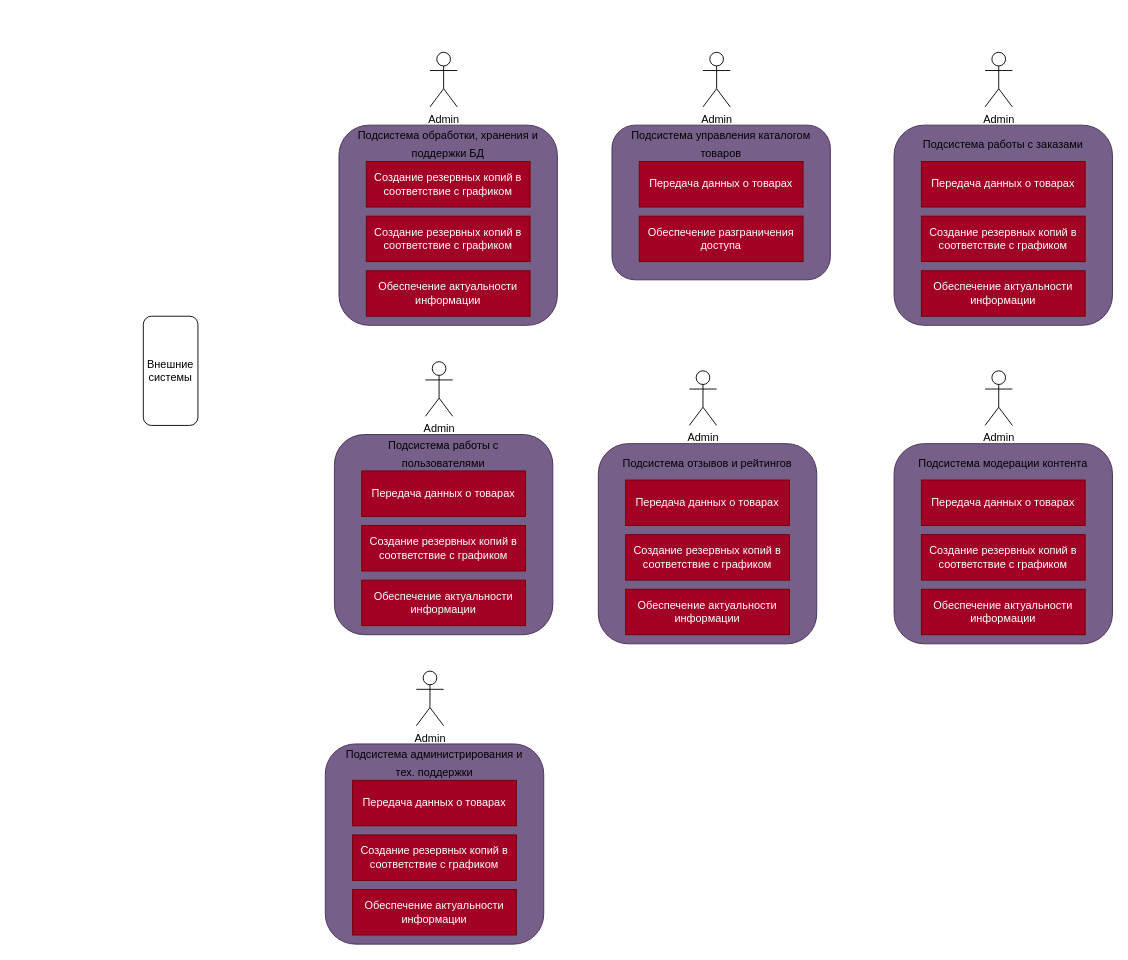
mopsin666/AKMS keeps this draw.io diagram as ПИС_3.drawio. Above is the earlier version. Source tidied: cells renumbered, new cells numbered last; positions are measured from the earlier drawing's top-left corner, leaving out a move shared by most shapes. Both pictures are drawn from the tidied source at 91%, with x=0, y=0 at pixel (143, 52).
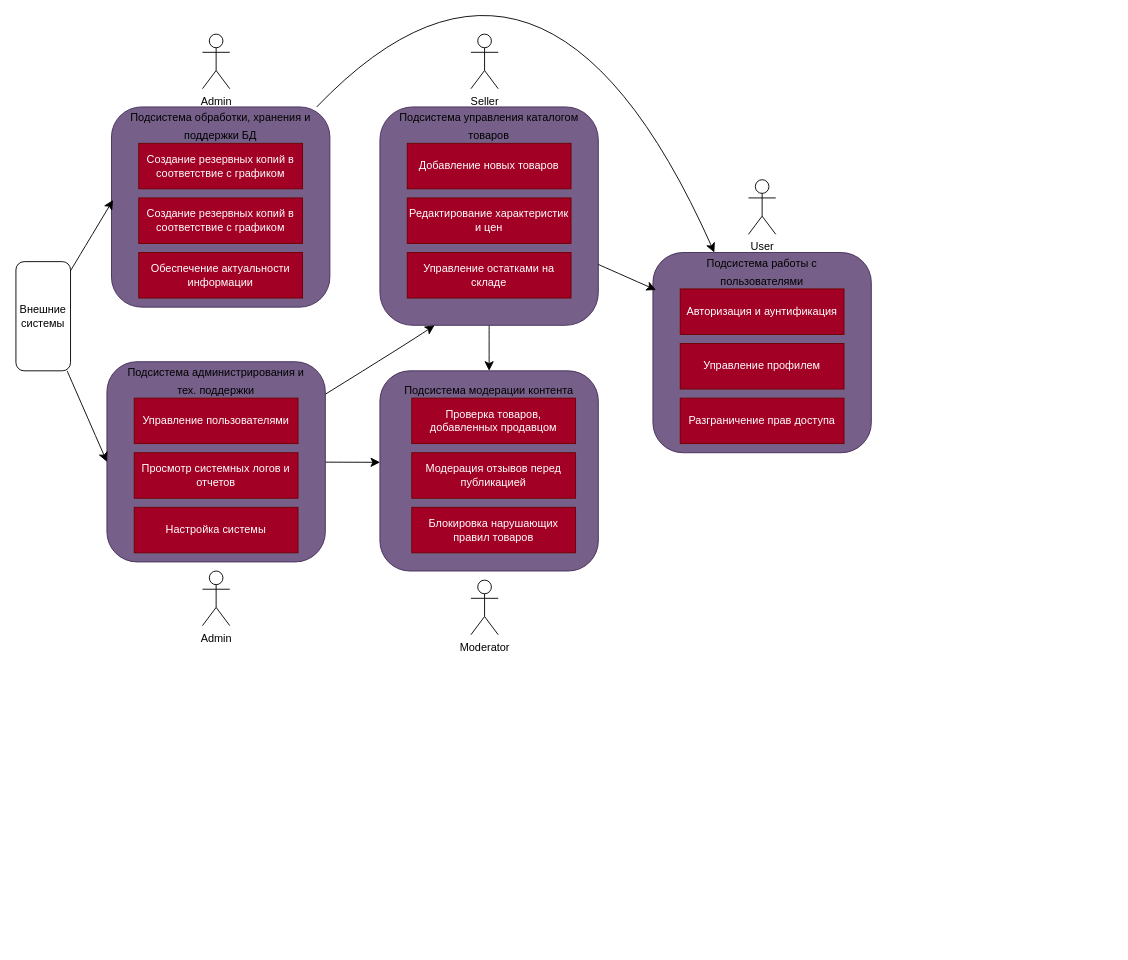
The same diagram, later.

Change to the diagram source:
```diff
@@
+    <mxCell id="44" style="edgeStyle=none;curved=1;rounded=0;jettySize=auto;html=1;entryX=0.25;entryY=0;entryDx=0;entryDy=0;fontSize=12;startSize=8;endSize=8;" parent="1" edge="1" source="2" target="21">
+      <mxGeometry relative="1" as="geometry">
+        <Array as="points">
+          <mxPoint x="440" y="-200" />
+        </Array>
+      </mxGeometry>
+    </mxCell>
     <mxCell id="2" style="rounded=1;whiteSpace=wrap;html=1;fillColor=#76608a;fontColor=#ffffff;strokeColor=#432D57;" parent="1" vertex="1">
-      <mxGeometry x="215" y="80" width="240" height="220" as="geometry" />
+      <mxGeometry x="-35" y="60" width="240" height="220" as="geometry" />
     </mxCell>
     <mxCell id="3" value="Admin" style="shape=umlActor;verticalLabelPosition=bottom;verticalAlign=top;html=1;" parent="1" vertex="1">
-      <mxGeometry x="315" width="30" height="60" as="geometry" />
+      <mxGeometry x="65" y="-20" width="30" height="60" as="geometry" />
     </mxCell>
     <mxCell id="4" value="&lt;font style=&quot;font-size: 12px;&quot;&gt;Подсистема обработки, хранения и поддержки БД&lt;/font&gt;" style="text;html=1;whiteSpace=wrap;strokeColor=none;fillColor=none;align=center;verticalAlign=middle;rounded=0;fontSize=16;" parent="1" vertex="1">
-      <mxGeometry x="230" y="80" width="210" height="40" as="geometry" />
+      <mxGeometry x="-20" y="60" width="210" height="40" as="geometry" />
     </mxCell>
     <mxCell id="5" value="Создание резервных копий в соответствие с графиком" style="rounded=0;whiteSpace=wrap;html=1;fillColor=#a20025;fontColor=#ffffff;strokeColor=#6F0000;" parent="1" vertex="1">
-      <mxGeometry x="245" y="120" width="180" height="50" as="geometry" />
+      <mxGeometry x="-5" y="100" width="180" height="50" as="geometry" />
     </mxCell>
     <mxCell id="6" value="Создание резервных копий в соответствие с графиком" style="rounded=0;whiteSpace=wrap;html=1;fillColor=#a20025;fontColor=#ffffff;strokeColor=#6F0000;" parent="1" vertex="1">
-      <mxGeometry x="245" y="180" width="180" height="50" as="geometry" />
+      <mxGeometry x="-5" y="160" width="180" height="50" as="geometry" />
     </mxCell>
     <mxCell id="7" value="Обеспечение актуальности информации" style="rounded=0;whiteSpace=wrap;html=1;fillColor=#a20025;fontColor=#ffffff;strokeColor=#6F0000;" parent="1" vertex="1">
-      <mxGeometry x="245" y="240" width="180" height="50" as="geometry" />
+      <mxGeometry x="-5" y="220" width="180" height="50" as="geometry" />
     </mxCell>
+    <mxCell id="45" style="edgeStyle=none;curved=1;rounded=0;jettySize=auto;html=1;entryX=0.5;entryY=0;entryDx=0;entryDy=0;fontSize=12;startSize=8;endSize=8;" parent="1" edge="1" source="8" target="33">
+      <mxGeometry relative="1" as="geometry" />
+    </mxCell>
     <mxCell id="8" style="rounded=1;whiteSpace=wrap;html=1;fillColor=#76608a;fontColor=#ffffff;strokeColor=#432D57;" parent="1" vertex="1">
-      <mxGeometry x="515" y="80" width="240" height="170" as="geometry" />
+      <mxGeometry x="260" y="60" width="240" height="240" as="geometry" />
     </mxCell>
-    <mxCell id="9" value="Admin" style="shape=umlActor;verticalLabelPosition=bottom;verticalAlign=top;html=1;" parent="1" vertex="1">
-      <mxGeometry x="615" width="30" height="60" as="geometry" />
+    <mxCell id="9" value="Seller" style="shape=umlActor;verticalLabelPosition=bottom;verticalAlign=top;html=1;" parent="1" vertex="1">
+      <mxGeometry x="360" y="-20" width="30" height="60" as="geometry" />
     </mxCell>
     <mxCell id="10" value="&lt;font style=&quot;font-size: 12px;&quot;&gt;Подсистема управления каталогом товаров&lt;/font&gt;" style="text;html=1;whiteSpace=wrap;strokeColor=none;fillColor=none;align=center;verticalAlign=middle;rounded=0;fontSize=16;" parent="1" vertex="1">
-      <mxGeometry x="530" y="80" width="210" height="40" as="geometry" />
+      <mxGeometry x="275" y="60" width="210" height="40" as="geometry" />
     </mxCell>
-    <mxCell id="11" value="Передача данных о товарах" style="rounded=0;whiteSpace=wrap;html=1;fillColor=#a20025;fontColor=#ffffff;strokeColor=#6F0000;" parent="1" vertex="1">
-      <mxGeometry x="545" y="120" width="180" height="50" as="geometry" />
+    <mxCell id="11" value="Добавление новых товаров" style="rounded=0;whiteSpace=wrap;html=1;fillColor=#a20025;fontColor=#ffffff;strokeColor=#6F0000;" parent="1" vertex="1">
+      <mxGeometry x="290" y="100" width="180" height="50" as="geometry" />
     </mxCell>
-    <mxCell id="12" value="Обеспечение разграничения доступа" style="rounded=0;whiteSpace=wrap;html=1;fillColor=#a20025;fontColor=#ffffff;strokeColor=#6F0000;" parent="1" vertex="1">
-      <mxGeometry x="545" y="180" width="180" height="50" as="geometry" />
-    </mxCell>
-    <mxCell id="13" style="rounded=1;whiteSpace=wrap;html=1;fillColor=#76608a;fontColor=#ffffff;strokeColor=#432D57;" parent="1" vertex="1">
-      <mxGeometry x="825" y="80" width="240" height="220" as="geometry" />
-    </mxCell>
-    <mxCell id="14" value="Admin" style="shape=umlActor;verticalLabelPosition=bottom;verticalAlign=top;html=1;" parent="1" vertex="1">
-      <mxGeometry x="925" width="30" height="60" as="geometry" />
-    </mxCell>
-    <mxCell id="15" value="&lt;font style=&quot;font-size: 12px;&quot;&gt;Подсистема работы с заказами&lt;/font&gt;" style="text;html=1;whiteSpace=wrap;strokeColor=none;fillColor=none;align=center;verticalAlign=middle;rounded=0;fontSize=16;" parent="1" vertex="1">
-      <mxGeometry x="840" y="80" width="210" height="40" as="geometry" />
-    </mxCell>
-    <mxCell id="16" value="Передача данных о товарах" style="rounded=0;whiteSpace=wrap;html=1;fillColor=#a20025;fontColor=#ffffff;strokeColor=#6F0000;" parent="1" vertex="1">
-      <mxGeometry x="855" y="120" width="180" height="50" as="geometry" />
-    </mxCell>
-    <mxCell id="17" value="Создание резервных копий в соответствие с графиком" style="rounded=0;whiteSpace=wrap;html=1;fillColor=#a20025;fontColor=#ffffff;strokeColor=#6F0000;" parent="1" vertex="1">
-      <mxGeometry x="855" y="180" width="180" height="50" as="geometry" />
-    </mxCell>
-    <mxCell id="18" value="Обеспечение актуальности информации" style="rounded=0;whiteSpace=wrap;html=1;fillColor=#a20025;fontColor=#ffffff;strokeColor=#6F0000;" parent="1" vertex="1">
-      <mxGeometry x="855" y="240" width="180" height="50" as="geometry" />
-    </mxCell>
     <mxCell id="19" style="rounded=1;whiteSpace=wrap;html=1;fillColor=#76608a;fontColor=#ffffff;strokeColor=#432D57;" parent="1" vertex="1">
-      <mxGeometry x="210" y="420" width="240" height="220" as="geometry" />
+      <mxGeometry x="560" y="220" width="240" height="220" as="geometry" />
     </mxCell>
-    <mxCell id="20" value="Admin" style="shape=umlActor;verticalLabelPosition=bottom;verticalAlign=top;html=1;" parent="1" vertex="1">
-      <mxGeometry x="310" y="340" width="30" height="60" as="geometry" />
+    <mxCell id="20" value="User" style="shape=umlActor;verticalLabelPosition=bottom;verticalAlign=top;html=1;" parent="1" vertex="1">
+      <mxGeometry x="665" y="140" width="30" height="60" as="geometry" />
     </mxCell>
     <mxCell id="21" value="&lt;font style=&quot;font-size: 12px;&quot;&gt;Подсистема работы с пользователями&lt;/font&gt;" style="text;html=1;whiteSpace=wrap;strokeColor=none;fillColor=none;align=center;verticalAlign=middle;rounded=0;fontSize=16;" parent="1" vertex="1">
-      <mxGeometry x="225" y="420" width="210" height="40" as="geometry" />
+      <mxGeometry x="575" y="220" width="210" height="40" as="geometry" />
     </mxCell>
-    <mxCell id="22" value="Передача данных о товарах" style="rounded=0;whiteSpace=wrap;html=1;fillColor=#a20025;fontColor=#ffffff;strokeColor=#6F0000;" parent="1" vertex="1">
-      <mxGeometry x="240" y="460" width="180" height="50" as="geometry" />
-    </mxCell>
-    <mxCell id="23" value="Создание резервных копий в соответствие с графиком" style="rounded=0;whiteSpace=wrap;html=1;fillColor=#a20025;fontColor=#ffffff;strokeColor=#6F0000;" parent="1" vertex="1">
-      <mxGeometry x="240" y="520" width="180" height="50" as="geometry" />
-    </mxCell>
-    <mxCell id="24" value="Обеспечение актуальности информации" style="rounded=0;whiteSpace=wrap;html=1;fillColor=#a20025;fontColor=#ffffff;strokeColor=#6F0000;" parent="1" vertex="1">
-      <mxGeometry x="240" y="580" width="180" height="50" as="geometry" />
-    </mxCell>
-    <mxCell id="25" style="rounded=1;whiteSpace=wrap;html=1;fillColor=#76608a;fontColor=#ffffff;strokeColor=#432D57;" parent="1" vertex="1">
-      <mxGeometry x="500" y="430" width="240" height="220" as="geometry" />
-    </mxCell>
-    <mxCell id="26" value="Admin" style="shape=umlActor;verticalLabelPosition=bottom;verticalAlign=top;html=1;" parent="1" vertex="1">
-      <mxGeometry x="600" y="350" width="30" height="60" as="geometry" />
-    </mxCell>
-    <mxCell id="27" value="&lt;font style=&quot;font-size: 12px;&quot;&gt;Подсистема отзывов и рейтингов&lt;/font&gt;" style="text;html=1;whiteSpace=wrap;strokeColor=none;fillColor=none;align=center;verticalAlign=middle;rounded=0;fontSize=16;" parent="1" vertex="1">
-      <mxGeometry x="515" y="430" width="210" height="40" as="geometry" />
-    </mxCell>
-    <mxCell id="28" value="Передача данных о товарах" style="rounded=0;whiteSpace=wrap;html=1;fillColor=#a20025;fontColor=#ffffff;strokeColor=#6F0000;" parent="1" vertex="1">
-      <mxGeometry x="530" y="470" width="180" height="50" as="geometry" />
-    </mxCell>
-    <mxCell id="29" value="Создание резервных копий в соответствие с графиком" style="rounded=0;whiteSpace=wrap;html=1;fillColor=#a20025;fontColor=#ffffff;strokeColor=#6F0000;" parent="1" vertex="1">
-      <mxGeometry x="530" y="530" width="180" height="50" as="geometry" />
-    </mxCell>
-    <mxCell id="30" value="Обеспечение актуальности информации" style="rounded=0;whiteSpace=wrap;html=1;fillColor=#a20025;fontColor=#ffffff;strokeColor=#6F0000;" parent="1" vertex="1">
-      <mxGeometry x="530" y="590" width="180" height="50" as="geometry" />
-    </mxCell>
     <mxCell id="31" style="rounded=1;whiteSpace=wrap;html=1;fillColor=#76608a;fontColor=#ffffff;strokeColor=#432D57;" parent="1" vertex="1">
-      <mxGeometry x="825" y="430" width="240" height="220" as="geometry" />
+      <mxGeometry x="260" y="350" width="240" height="220" as="geometry" />
     </mxCell>
-    <mxCell id="32" value="Admin" style="shape=umlActor;verticalLabelPosition=bottom;verticalAlign=top;html=1;" parent="1" vertex="1">
-      <mxGeometry x="925" y="350" width="30" height="60" as="geometry" />
+    <mxCell id="32" value="Moderator" style="shape=umlActor;verticalLabelPosition=bottom;verticalAlign=top;html=1;" parent="1" vertex="1">
+      <mxGeometry x="360" y="580" width="30" height="60" as="geometry" />
     </mxCell>
     <mxCell id="33" value="&lt;font style=&quot;font-size: 12px;&quot;&gt;Подсистема модерации контента&lt;/font&gt;" style="text;html=1;whiteSpace=wrap;strokeColor=none;fillColor=none;align=center;verticalAlign=middle;rounded=0;fontSize=16;" parent="1" vertex="1">
-      <mxGeometry x="840" y="430" width="210" height="40" as="geometry" />
+      <mxGeometry x="275" y="350" width="210" height="40" as="geometry" />
     </mxCell>
-    <mxCell id="34" value="Передача данных о товарах" style="rounded=0;whiteSpace=wrap;html=1;fillColor=#a20025;fontColor=#ffffff;strokeColor=#6F0000;" parent="1" vertex="1">
-      <mxGeometry x="855" y="470" width="180" height="50" as="geometry" />
-    </mxCell>
-    <mxCell id="35" value="Создание резервных копий в соответствие с графиком" style="rounded=0;whiteSpace=wrap;html=1;fillColor=#a20025;fontColor=#ffffff;strokeColor=#6F0000;" parent="1" vertex="1">
-      <mxGeometry x="855" y="530" width="180" height="50" as="geometry" />
-    </mxCell>
-    <mxCell id="36" value="Обеспечение актуальности информации" style="rounded=0;whiteSpace=wrap;html=1;fillColor=#a20025;fontColor=#ffffff;strokeColor=#6F0000;" parent="1" vertex="1">
-      <mxGeometry x="855" y="590" width="180" height="50" as="geometry" />
-    </mxCell>
+    <mxCell id="46" style="edgeStyle=none;curved=1;rounded=0;jettySize=auto;html=1;entryX=0.25;entryY=1;entryDx=0;entryDy=0;fontSize=12;startSize=8;endSize=8;" parent="1" edge="1" source="37" target="8">
+      <mxGeometry relative="1" as="geometry">
+        <Array as="points">
+          <mxPoint x="290" y="320" />
+        </Array>
+      </mxGeometry>
+    </mxCell>
+    <mxCell id="47" style="edgeStyle=none;curved=1;rounded=0;jettySize=auto;html=1;fontSize=12;startSize=8;endSize=8;entryX=0.001;entryY=0.457;entryDx=0;entryDy=0;entryPerimeter=0;" parent="1" edge="1" source="37" target="31">
+      <mxGeometry relative="1" as="geometry" />
+    </mxCell>
     <mxCell id="37" style="rounded=1;whiteSpace=wrap;html=1;fillColor=#76608a;fontColor=#ffffff;strokeColor=#432D57;" parent="1" vertex="1">
-      <mxGeometry x="200" y="760" width="240" height="220" as="geometry" />
+      <mxGeometry x="-40" y="340" width="240" height="220" as="geometry" />
     </mxCell>
     <mxCell id="38" value="Admin" style="shape=umlActor;verticalLabelPosition=bottom;verticalAlign=top;html=1;" parent="1" vertex="1">
-      <mxGeometry x="300" y="680" width="30" height="60" as="geometry" />
+      <mxGeometry x="65" y="570" width="30" height="60" as="geometry" />
     </mxCell>
     <mxCell id="39" value="&lt;font style=&quot;font-size: 12px;&quot;&gt;Подсистема администрирования и тех. поддержки&lt;/font&gt;" style="text;html=1;whiteSpace=wrap;strokeColor=none;fillColor=none;align=center;verticalAlign=middle;rounded=0;fontSize=16;" parent="1" vertex="1">
-      <mxGeometry x="215" y="760" width="210" height="40" as="geometry" />
+      <mxGeometry x="-25" y="340" width="210" height="40" as="geometry" />
     </mxCell>
-    <mxCell id="40" value="Передача данных о товарах" style="rounded=0;whiteSpace=wrap;html=1;fillColor=#a20025;fontColor=#ffffff;strokeColor=#6F0000;" parent="1" vertex="1">
-      <mxGeometry x="230" y="800" width="180" height="50" as="geometry" />
-    </mxCell>
-    <mxCell id="41" value="Создание резервных копий в соответствие с графиком" style="rounded=0;whiteSpace=wrap;html=1;fillColor=#a20025;fontColor=#ffffff;strokeColor=#6F0000;" parent="1" vertex="1">
-      <mxGeometry x="230" y="860" width="180" height="50" as="geometry" />
-    </mxCell>
-    <mxCell id="42" value="Обеспечение актуальности информации" style="rounded=0;whiteSpace=wrap;html=1;fillColor=#a20025;fontColor=#ffffff;strokeColor=#6F0000;" parent="1" vertex="1">
-      <mxGeometry x="230" y="920" width="180" height="50" as="geometry" />
-    </mxCell>
+    <mxCell id="48" style="edgeStyle=none;curved=1;rounded=0;jettySize=auto;html=1;entryX=0;entryY=0.5;entryDx=0;entryDy=0;fontSize=12;startSize=8;endSize=8;" parent="1" edge="1" source="43" target="37">
+      <mxGeometry relative="1" as="geometry" />
+    </mxCell>
     <mxCell id="43" value="Внешние системы" style="rounded=1;whiteSpace=wrap;html=1;direction=south;" parent="1" vertex="1">
-      <mxGeometry y="290" width="60" height="120" as="geometry" />
+      <mxGeometry x="-140" y="230" width="60" height="120" as="geometry" />
     </mxCell>
+    <mxCell id="49" value="Редактирование характеристик и цен" style="rounded=0;whiteSpace=wrap;html=1;fillColor=#a20025;fontColor=#ffffff;strokeColor=#6F0000;" parent="1" vertex="1">
+      <mxGeometry x="290" y="160" width="180" height="50" as="geometry" />
+    </mxCell>
+    <mxCell id="50" value="Управление остатками на складе" style="rounded=0;whiteSpace=wrap;html=1;fillColor=#a20025;fontColor=#ffffff;strokeColor=#6F0000;" parent="1" vertex="1">
+      <mxGeometry x="290" y="220" width="180" height="50" as="geometry" />
+    </mxCell>
+    <mxCell id="51" value="Авторизация и аунтификация" style="rounded=0;whiteSpace=wrap;html=1;fillColor=#a20025;fontColor=#ffffff;strokeColor=#6F0000;" parent="1" vertex="1">
+      <mxGeometry x="590" y="260" width="180" height="50" as="geometry" />
+    </mxCell>
+    <mxCell id="52" value="Управление профилем" style="rounded=0;whiteSpace=wrap;html=1;fillColor=#a20025;fontColor=#ffffff;strokeColor=#6F0000;" parent="1" vertex="1">
+      <mxGeometry x="590" y="320" width="180" height="50" as="geometry" />
+    </mxCell>
+    <mxCell id="53" value="Разграничение прав доступа" style="rounded=0;whiteSpace=wrap;html=1;fillColor=#a20025;fontColor=#ffffff;strokeColor=#6F0000;" parent="1" vertex="1">
+      <mxGeometry x="590" y="380" width="180" height="50" as="geometry" />
+    </mxCell>
+    <mxCell id="54" value="Проверка товаров, добавленных продавцом" style="rounded=0;whiteSpace=wrap;html=1;fillColor=#a20025;fontColor=#ffffff;strokeColor=#6F0000;" parent="1" vertex="1">
+      <mxGeometry x="295" y="380" width="180" height="50" as="geometry" />
+    </mxCell>
+    <mxCell id="55" value="Модерация отзывов перед публикацией" style="rounded=0;whiteSpace=wrap;html=1;fillColor=#a20025;fontColor=#ffffff;strokeColor=#6F0000;" parent="1" vertex="1">
+      <mxGeometry x="295" y="440" width="180" height="50" as="geometry" />
+    </mxCell>
+    <mxCell id="56" value="Блокировка нарушающих правил товаров" style="rounded=0;whiteSpace=wrap;html=1;fillColor=#a20025;fontColor=#ffffff;strokeColor=#6F0000;" parent="1" vertex="1">
+      <mxGeometry x="295" y="500" width="180" height="50" as="geometry" />
+    </mxCell>
+    <mxCell id="57" value="Управление пользователями" style="rounded=0;whiteSpace=wrap;html=1;fillColor=#a20025;fontColor=#ffffff;strokeColor=#6F0000;" parent="1" vertex="1">
+      <mxGeometry x="-10" y="380" width="180" height="50" as="geometry" />
+    </mxCell>
+    <mxCell id="58" value="Просмотр системных логов и отчетов" style="rounded=0;whiteSpace=wrap;html=1;fillColor=#a20025;fontColor=#ffffff;strokeColor=#6F0000;" parent="1" vertex="1">
+      <mxGeometry x="-10" y="440" width="180" height="50" as="geometry" />
+    </mxCell>
+    <mxCell id="59" value="Настройка системы" style="rounded=0;whiteSpace=wrap;html=1;fillColor=#a20025;fontColor=#ffffff;strokeColor=#6F0000;" parent="1" vertex="1">
+      <mxGeometry x="-10" y="500" width="180" height="50" as="geometry" />
+    </mxCell>
+    <mxCell id="60" style="edgeStyle=none;curved=1;rounded=0;jettySize=auto;html=1;entryX=0.007;entryY=0.465;entryDx=0;entryDy=0;entryPerimeter=0;fontSize=12;startSize=8;endSize=8;" parent="1" edge="1" source="43" target="2">
+      <mxGeometry relative="1" as="geometry" />
+    </mxCell>
+    <mxCell id="61" style="edgeStyle=none;curved=1;rounded=0;jettySize=auto;html=1;entryX=0.014;entryY=0.187;entryDx=0;entryDy=0;entryPerimeter=0;fontSize=12;startSize=8;endSize=8;" parent="1" edge="1" source="8" target="19">
+      <mxGeometry relative="1" as="geometry" />
+    </mxCell>
```
